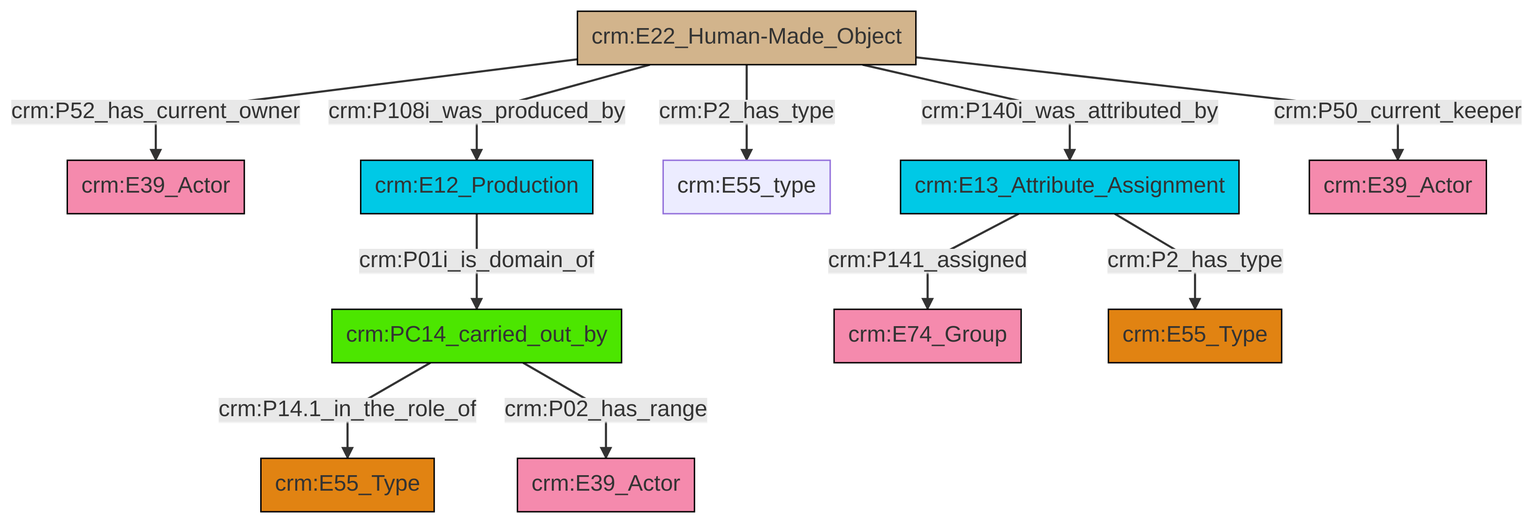
swiss-art-research-net/reference-data-models keeps this Mermaid diagram as et/artworkCSV/ttl/mmd/png/Artwork_Actor_Relations.png. Above is the earlier version. Its source is kept beside it as et/artworkCSV/ttl/mmd/Artwork_Actor_Relations.ttl.mmd.
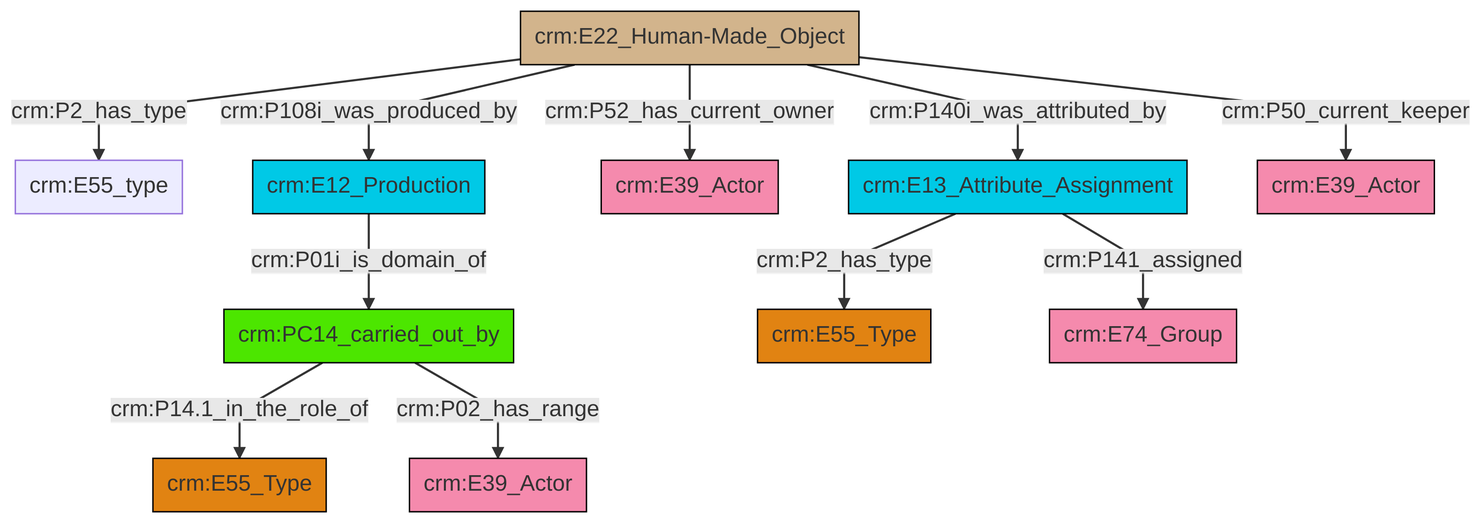
After the change.

Diff of the diagram source:
```diff
@@ -14,12 +14,12 @@
 classDef Multi fill:#cccccc,stroke:#000000;
 
 0["crm:PC14_carried_out_by"]:::PC_Classes -->|crm:P14.1_in_the_role_of| 1["crm:E55_Type"]:::Type
-0["crm:PC14_carried_out_by"]:::PC_Classes -->|crm:P02_has_range| 4["crm:E39_Actor"]:::Actor
+7["crm:E22_Human-Made_Object"]:::Physical_Thing -->|crm:P108i_was_produced_by| 8["crm:E12_Production"]:::Temporal_Entity
+0["crm:PC14_carried_out_by"]:::PC_Classes -->|crm:P02_has_range| 13["crm:E39_Actor"]:::Actor
+7["crm:E22_Human-Made_Object"]:::Physical_Thing -->|crm:P52_has_current_owner| 10["crm:E39_Actor"]:::Actor
+7["crm:E22_Human-Made_Object"]:::Physical_Thing -->|crm:P2_has_type| 5["crm:E55_type"]:::Default
+7["crm:E22_Human-Made_Object"]:::Physical_Thing -->|crm:P140i_was_attributed_by| 14["crm:E13_Attribute_Assignment"]:::Temporal_Entity
+7["crm:E22_Human-Made_Object"]:::Physical_Thing -->|crm:P50_current_keeper| 16["crm:E39_Actor"]:::Actor
+14["crm:E13_Attribute_Assignment"]:::Temporal_Entity -->|crm:P141_assigned| 19["crm:E74_Group"]:::Actor
+14["crm:E13_Attribute_Assignment"]:::Temporal_Entity -->|crm:P2_has_type| 3["crm:E55_Type"]:::Type
 8["crm:E12_Production"]:::Temporal_Entity -->|crm:P01i_is_domain_of| 0["crm:PC14_carried_out_by"]:::PC_Classes
-12["crm:E22_Human-Made_Object"]:::Physical_Thing -->|crm:P2_has_type| 13["crm:E55_type"]:::Default
-14["crm:E13_Attribute_Assignment"]:::Temporal_Entity -->|crm:P141_assigned| 2["crm:E74_Group"]:::Actor
-14["crm:E13_Attribute_Assignment"]:::Temporal_Entity -->|crm:P2_has_type| 9["crm:E55_Type"]:::Type
-12["crm:E22_Human-Made_Object"]:::Physical_Thing -->|crm:P50_current_keeper| 15["crm:E39_Actor"]:::Actor
-12["crm:E22_Human-Made_Object"]:::Physical_Thing -->|crm:P140i_was_attributed_by| 14["crm:E13_Attribute_Assignment"]:::Temporal_Entity
-12["crm:E22_Human-Made_Object"]:::Physical_Thing -->|crm:P108i_was_produced_by| 8["crm:E12_Production"]:::Temporal_Entity
-12["crm:E22_Human-Made_Object"]:::Physical_Thing -->|crm:P52_has_current_owner| 6["crm:E39_Actor"]:::Actor
```
